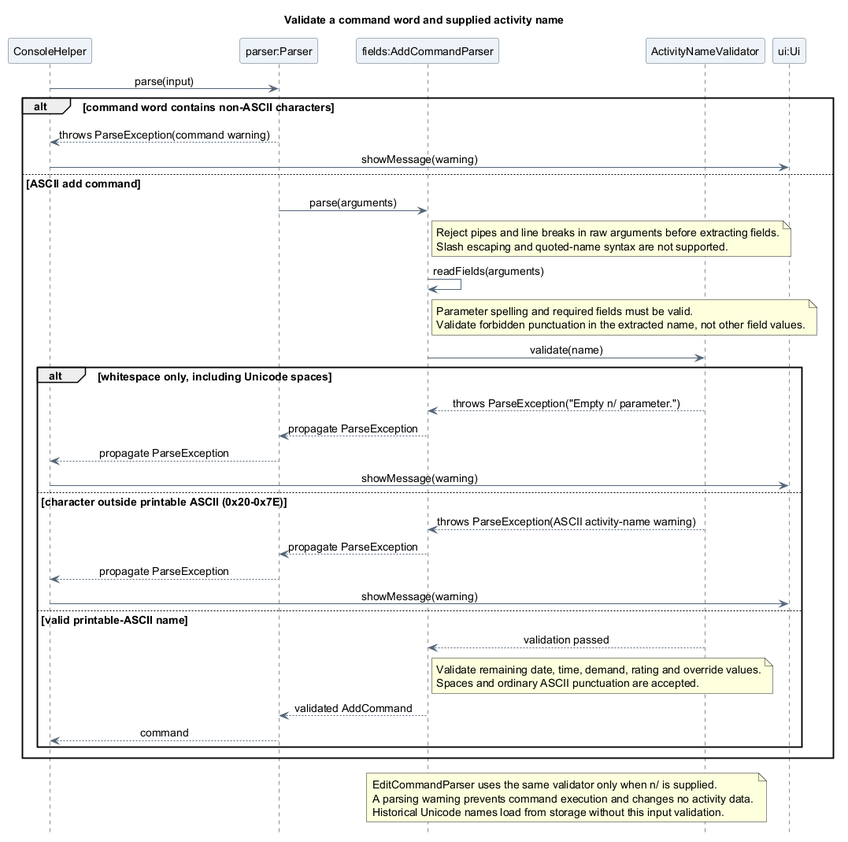
Earlier version of the PlantUML export docs/images/luke/sequence/ActivityNameValidationSequence.png (AY2627S1-CS2113-T10-4/tp).
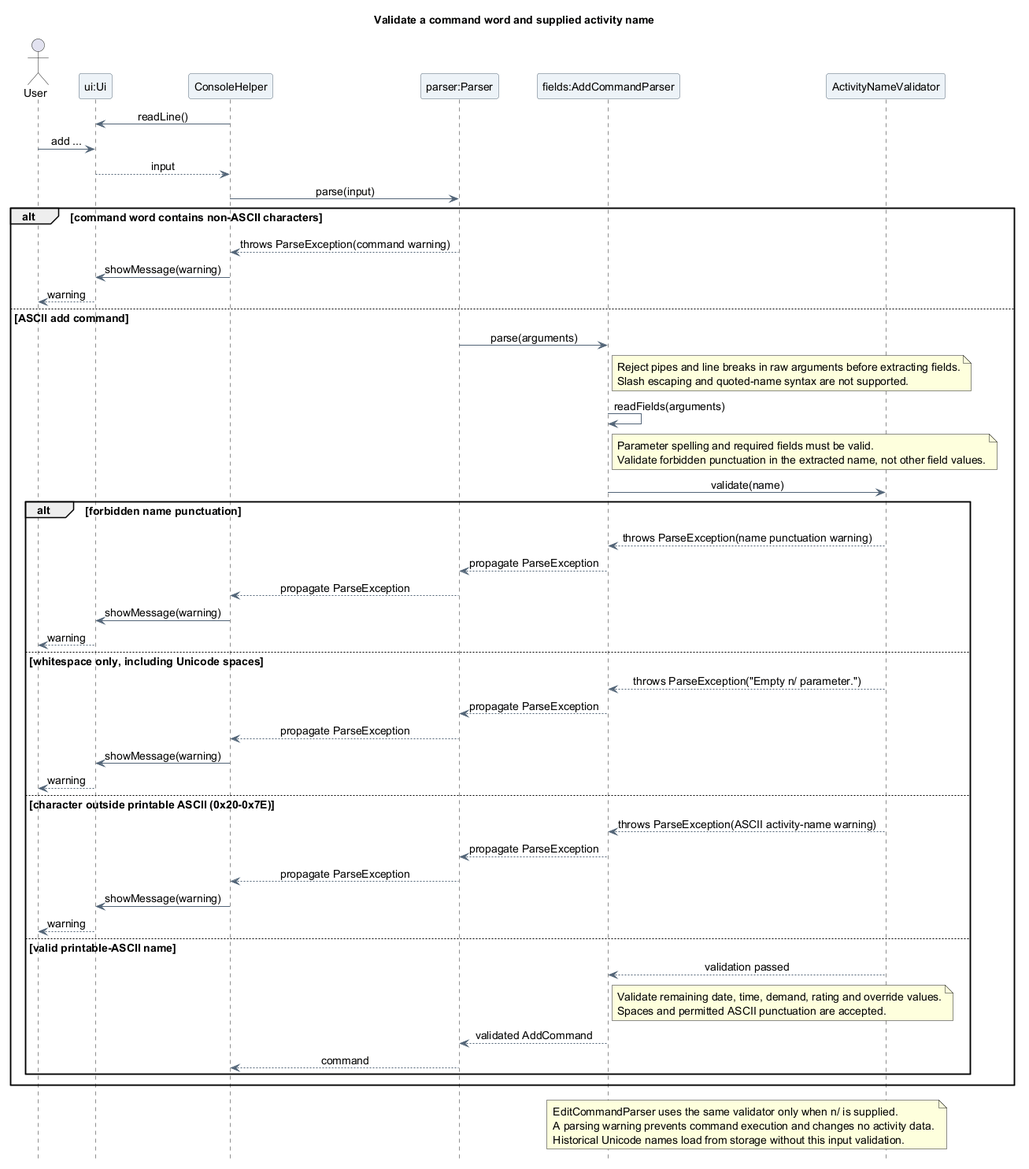
Above is the later version.

What changed in the source:
```diff
@@ -10,16 +10,22 @@
 skinparam sequenceMessageAlign center
 hide footbox
 
+actor "User" as User
+participant "ui:Ui" as UI
 participant ConsoleHelper as Console
 participant "parser:Parser" as Parser
 participant "fields:AddCommandParser" as Fields
 participant ActivityNameValidator as Validator
-participant "ui:Ui" as UI
+
+Console -> UI : readLine()
+User -> UI : add ...
+UI --> Console : input
 
 Console -> Parser : parse(input)
 alt command word contains non-ASCII characters
   Parser --> Console : throws ParseException(command warning)
   Console -> UI : showMessage(warning)
+  UI --> User : warning
 else ASCII add command
   Parser -> Fields : parse(arguments)
   note right of Fields
@@ -32,21 +38,29 @@
     Validate forbidden punctuation in the extracted name, not other field values.
   end note
   Fields -> Validator : validate(name)
-  alt whitespace only, including Unicode spaces
+  alt forbidden name punctuation
+    Validator --> Fields : throws ParseException(name punctuation warning)
+    Fields --> Parser : propagate ParseException
+    Parser --> Console : propagate ParseException
+    Console -> UI : showMessage(warning)
+    UI --> User : warning
+  else whitespace only, including Unicode spaces
     Validator --> Fields : throws ParseException("Empty n/ parameter.")
     Fields --> Parser : propagate ParseException
     Parser --> Console : propagate ParseException
     Console -> UI : showMessage(warning)
+    UI --> User : warning
   else character outside printable ASCII (0x20-0x7E)
     Validator --> Fields : throws ParseException(ASCII activity-name warning)
     Fields --> Parser : propagate ParseException
     Parser --> Console : propagate ParseException
     Console -> UI : showMessage(warning)
+    UI --> User : warning
   else valid printable-ASCII name
     Validator --> Fields : validation passed
     note right of Fields
       Validate remaining date, time, demand, rating and override values.
-      Spaces and ordinary ASCII punctuation are accepted.
+      Spaces and permitted ASCII punctuation are accepted.
     end note
     Fields --> Parser : validated AddCommand
     Parser --> Console : command
```
